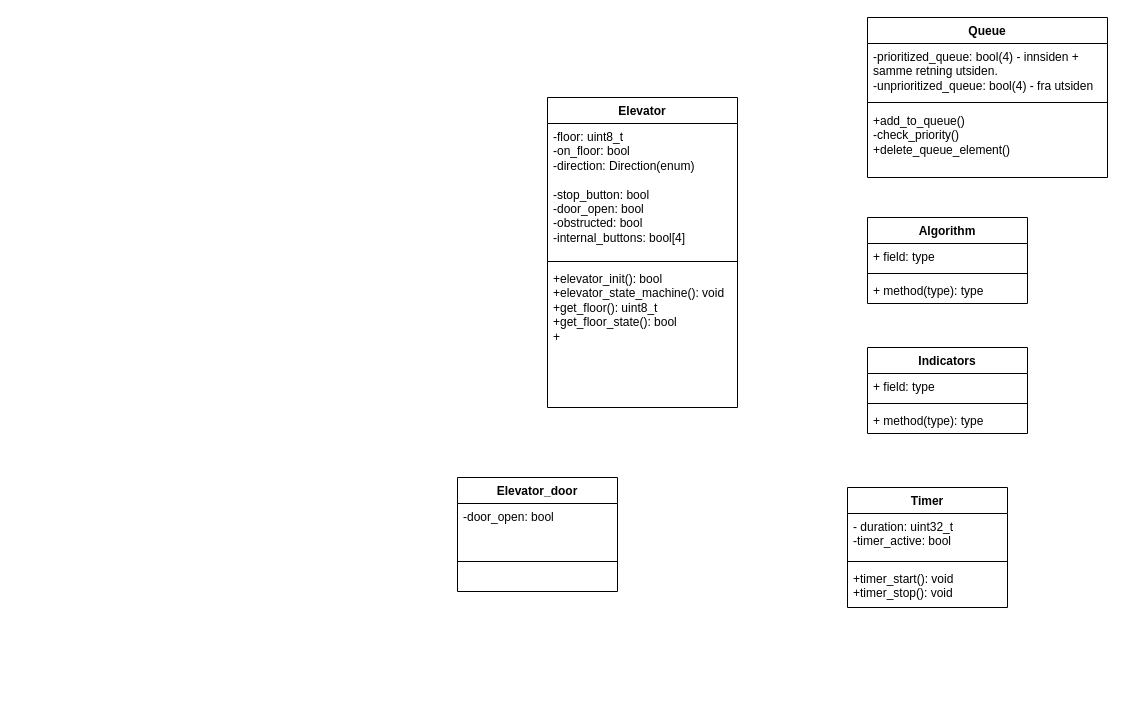
WilliamFosser/TTK_4235_TILPDAT keeps this draw.io diagram as TILPDAT_KLASSEDIAGRAM.drawio. Above is the earlier version. Source tidied: cells renumbered, new cells numbered last; positions are measured from the earlier drawing's top-left corner, leaving out a move shared by most shapes. Both pictures are drawn from the tidied source at 100%, with x=0, y=0 at pixel (457, 17).
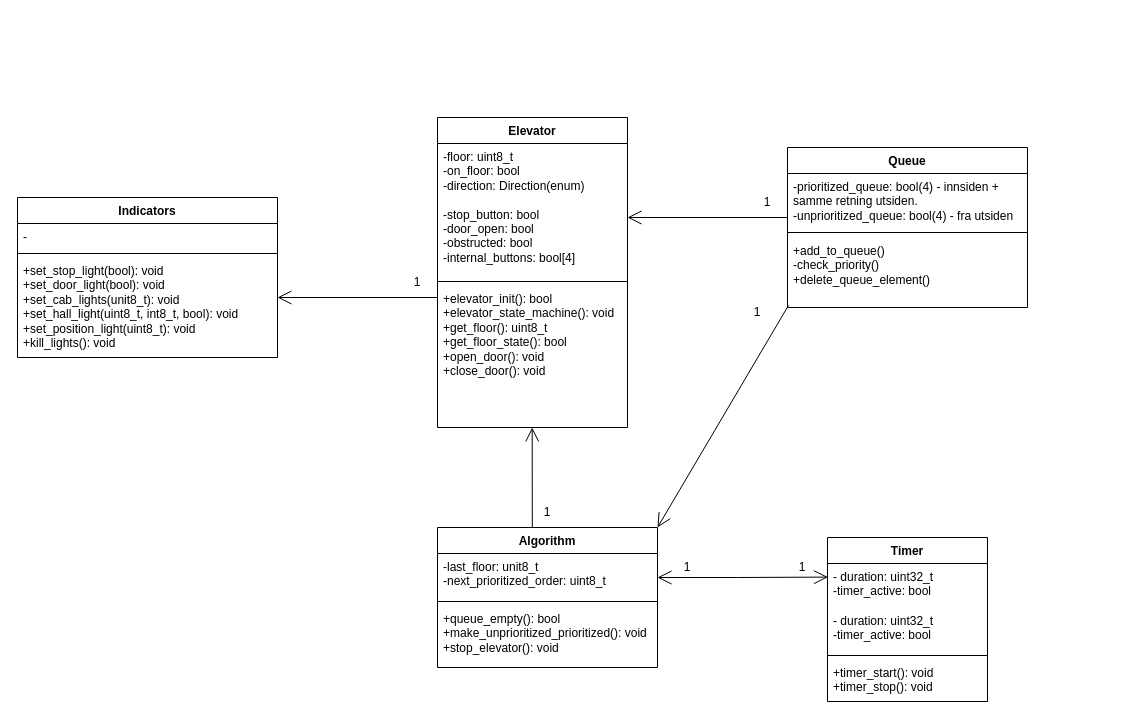
The same page after the edit.

The change refers to these unchanged cells:
```xml
<mxCell id="9" value="&lt;div&gt;+add_to_queue()&lt;/div&gt;&lt;div&gt;-check_priority()&lt;/div&gt;&lt;div&gt;+delete_queue_element()&lt;/div&gt;&lt;div&gt;&lt;br&gt;&lt;/div&gt;&lt;div&gt;&lt;br&gt;&lt;/div&gt;&lt;div&gt;&lt;br&gt;&lt;/div&gt;" style="text;strokeColor=none;fillColor=none;align=left;verticalAlign=top;spacingLeft=4;spacingRight=4;overflow=hidden;points=[[0,0.5],[1,0.5]];portConstraint=eastwest;whiteSpace=wrap;html=1;" parent="6" vertex="1">
  <mxGeometry y="90" width="240" height="70" as="geometry" />
</mxCell>
```

What changed in the source:
```diff
@@
     <mxCell id="2" value="&lt;div&gt;Elevator&lt;/div&gt;&lt;div&gt;&lt;br&gt;&lt;/div&gt;" style="swimlane;fontStyle=1;align=center;verticalAlign=top;horizontal=1;startSize=26;whiteSpace=wrap;html=1;" parent="1" vertex="1">
-      <mxGeometry x="90" y="80" width="190" height="310" as="geometry" />
+      <mxGeometry x="-20" y="100" width="190" height="310" as="geometry" />
     </mxCell>
@@
-    <mxCell id="5" value="&lt;div&gt;+elevator_init(): bool&lt;/div&gt;&lt;div&gt;+elevator_state_machine(): void&lt;/div&gt;&lt;div&gt;+get_floor(): uint8_t&lt;/div&gt;&lt;div&gt;+get_floor_state(): bool&lt;/div&gt;&lt;div&gt;+&lt;/div&gt;&lt;div&gt;&lt;br&gt;&lt;/div&gt;&lt;div&gt;&lt;br&gt;&lt;/div&gt;" style="text;strokeColor=none;fillColor=none;align=left;verticalAlign=top;spacingLeft=4;spacingRight=4;overflow=hidden;whiteSpace=wrap;html=1;" parent="2" vertex="1">
+    <mxCell id="5" value="&lt;div&gt;+elevator_init(): bool&lt;/div&gt;&lt;div&gt;+elevator_state_machine(): void&lt;/div&gt;&lt;div&gt;+get_floor(): uint8_t&lt;/div&gt;&lt;div&gt;+get_floor_state(): bool&lt;/div&gt;&lt;div&gt;+open_door(): void&lt;/div&gt;&lt;div&gt;+close_door(): void&lt;/div&gt;&lt;div&gt;&lt;br&gt;&lt;/div&gt;&lt;div&gt;&lt;br&gt;&lt;/div&gt;" style="text;strokeColor=none;fillColor=none;align=left;verticalAlign=top;spacingLeft=4;spacingRight=4;overflow=hidden;whiteSpace=wrap;html=1;" parent="2" vertex="1">
       <mxGeometry y="168" width="190" height="142" as="geometry" />
     </mxCell>
     <mxCell id="6" value="Queue" style="swimlane;fontStyle=1;align=center;verticalAlign=top;horizontal=1;startSize=26;whiteSpace=wrap;html=1;" parent="1" vertex="1">
-      <mxGeometry x="410" width="240" height="160" as="geometry" />
+      <mxGeometry x="330" y="130" width="240" height="160" as="geometry" />
     </mxCell>
@@
     <mxCell id="10" value="Timer" style="swimlane;fontStyle=1;align=center;verticalAlign=top;horizontal=1;startSize=26;whiteSpace=wrap;html=1;" parent="1" vertex="1">
-      <mxGeometry x="390" y="470" width="160" height="120" as="geometry" />
+      <mxGeometry x="370" y="520" width="160" height="164" as="geometry" />
     </mxCell>
+    <mxCell id="26" value="&lt;div&gt;- duration: uint32_t&lt;/div&gt;-timer_active: bool" style="text;strokeColor=none;fillColor=none;align=left;verticalAlign=top;spacingLeft=4;spacingRight=4;overflow=hidden;points=[[0,0.5],[1,0.5]];portConstraint=eastwest;whiteSpace=wrap;html=1;" parent="10" vertex="1">
+      <mxGeometry y="26" width="160" height="44" as="geometry" />
+    </mxCell>
     <mxCell id="11" value="&lt;div&gt;- duration: uint32_t&lt;/div&gt;-timer_active: bool" style="text;strokeColor=none;fillColor=none;align=left;verticalAlign=top;spacingLeft=4;spacingRight=4;overflow=hidden;whiteSpace=wrap;html=1;" parent="10" vertex="1">
-      <mxGeometry y="26" width="160" height="44" as="geometry" />
+      <mxGeometry y="70" width="160" height="44" as="geometry" />
     </mxCell>
     <mxCell id="12" style="line;strokeWidth=1;fillColor=none;align=left;verticalAlign=middle;spacingTop=-1;spacingLeft=3;spacingRight=3;labelPosition=right;strokeColor=inherit;" parent="10" vertex="1">
-      <mxGeometry y="70" width="160" height="8" as="geometry" />
+      <mxGeometry y="114" width="160" height="8" as="geometry" />
     </mxCell>
     <mxCell id="13" value="&lt;div&gt;+timer_start(): void&lt;/div&gt;&lt;div&gt;+timer_stop(): void&lt;/div&gt;" style="text;strokeColor=none;fillColor=none;align=left;verticalAlign=top;spacingLeft=4;spacingRight=4;overflow=hidden;whiteSpace=wrap;html=1;" parent="10" vertex="1">
-      <mxGeometry y="78" width="160" height="42" as="geometry" />
+      <mxGeometry y="122" width="160" height="42" as="geometry" />
     </mxCell>
     <mxCell id="14" value="Algorithm" style="swimlane;fontStyle=1;align=center;verticalAlign=top;horizontal=1;startSize=26;whiteSpace=wrap;html=1;" parent="1" vertex="1">
-      <mxGeometry x="410" y="200" width="160" height="86" as="geometry" />
+      <mxGeometry x="-20" y="510" width="220" height="140" as="geometry" />
     </mxCell>
-    <mxCell id="15" value="+ field: type" style="text;strokeColor=none;fillColor=none;align=left;verticalAlign=top;spacingLeft=4;spacingRight=4;overflow=hidden;whiteSpace=wrap;html=1;" parent="14" vertex="1">
-      <mxGeometry y="26" width="160" height="26" as="geometry" />
+    <mxCell id="15" value="&lt;div&gt;-last_floor: unit8_t&lt;/div&gt;&lt;div&gt;-next_prioritized_order: uint8_t&lt;/div&gt;&lt;div&gt;&lt;br&gt;&lt;/div&gt;&lt;div&gt;&lt;br&gt;&lt;/div&gt;" style="text;strokeColor=none;fillColor=none;align=left;verticalAlign=top;spacingLeft=4;spacingRight=4;overflow=hidden;whiteSpace=wrap;html=1;" parent="14" vertex="1">
+      <mxGeometry y="26" width="220" height="44" as="geometry" />
     </mxCell>
     <mxCell id="16" style="line;strokeWidth=1;fillColor=none;align=left;verticalAlign=middle;spacingTop=-1;spacingLeft=3;spacingRight=3;labelPosition=right;strokeColor=inherit;" parent="14" vertex="1">
-      <mxGeometry y="52" width="160" height="8" as="geometry" />
+      <mxGeometry y="70" width="220" height="8" as="geometry" />
     </mxCell>
-    <mxCell id="17" value="+ method(type): type" style="text;strokeColor=none;fillColor=none;align=left;verticalAlign=top;spacingLeft=4;spacingRight=4;overflow=hidden;whiteSpace=wrap;html=1;" parent="14" vertex="1">
-      <mxGeometry y="60" width="160" height="26" as="geometry" />
+    <mxCell id="17" value="&lt;div&gt;+queue_empty(): bool&lt;/div&gt;&lt;div&gt;+make_unprioritized_prioritized(): void&lt;/div&gt;&lt;div&gt;+stop_elevator(): void&lt;/div&gt;&lt;div&gt;&lt;br&gt;&lt;/div&gt;" style="text;strokeColor=none;fillColor=none;align=left;verticalAlign=top;spacingLeft=4;spacingRight=4;overflow=hidden;whiteSpace=wrap;html=1;" parent="14" vertex="1">
+      <mxGeometry y="78" width="220" height="62" as="geometry" />
     </mxCell>
     <mxCell id="18" value="Indicators" style="swimlane;fontStyle=1;align=center;verticalAlign=top;horizontal=1;startSize=26;whiteSpace=wrap;html=1;" parent="1" vertex="1">
-      <mxGeometry x="410" y="330" width="160" height="86" as="geometry" />
+      <mxGeometry x="-440" y="180" width="260" height="160" as="geometry" />
     </mxCell>
-    <mxCell id="19" value="+ field: type" style="text;strokeColor=none;fillColor=none;align=left;verticalAlign=top;spacingLeft=4;spacingRight=4;overflow=hidden;whiteSpace=wrap;html=1;" parent="18" vertex="1">
-      <mxGeometry y="26" width="160" height="26" as="geometry" />
+    <mxCell id="19" value="-" style="text;strokeColor=none;fillColor=none;align=left;verticalAlign=top;spacingLeft=4;spacingRight=4;overflow=hidden;whiteSpace=wrap;html=1;" parent="18" vertex="1">
+      <mxGeometry y="26" width="260" height="26" as="geometry" />
     </mxCell>
     <mxCell id="20" style="line;strokeWidth=1;fillColor=none;align=left;verticalAlign=middle;spacingTop=-1;spacingLeft=3;spacingRight=3;labelPosition=right;strokeColor=inherit;" parent="18" vertex="1">
-      <mxGeometry y="52" width="160" height="8" as="geometry" />
+      <mxGeometry y="52" width="260" height="8" as="geometry" />
     </mxCell>
-    <mxCell id="21" value="+ method(type): type" style="text;strokeColor=none;fillColor=none;align=left;verticalAlign=top;spacingLeft=4;spacingRight=4;overflow=hidden;whiteSpace=wrap;html=1;" parent="18" vertex="1">
-      <mxGeometry y="60" width="160" height="26" as="geometry" />
+    <mxCell id="21" value="&lt;div&gt;+set_stop_light(bool): void&lt;/div&gt;&lt;div&gt;+set_door_light(bool): void&lt;/div&gt;&lt;div&gt;+set_cab_lights(unit8_t): void&lt;/div&gt;&lt;div&gt;+set_hall_light(uint8_t, int8_t, bool): void&lt;/div&gt;&lt;div&gt;+set_position_light(uint8_t): void &lt;br&gt;&lt;/div&gt;&lt;div&gt;+kill_lights(): void&lt;/div&gt;&lt;div&gt;&amp;nbsp;&lt;br&gt;&lt;/div&gt;" style="text;strokeColor=none;fillColor=none;align=left;verticalAlign=top;spacingLeft=4;spacingRight=4;overflow=hidden;whiteSpace=wrap;html=1;" parent="18" vertex="1">
+      <mxGeometry y="60" width="260" height="100" as="geometry" />
     </mxCell>
-    <mxCell id="22" value="Elevator_door" style="swimlane;fontStyle=1;align=center;verticalAlign=top;horizontal=1;startSize=26;whiteSpace=wrap;html=1;" parent="1" vertex="1">
-      <mxGeometry y="460" width="160" height="114" as="geometry" />
-    </mxCell>
-    <mxCell id="23" value="&lt;div&gt;-door_open: bool&lt;/div&gt;&lt;div&gt;&lt;br&gt;&lt;/div&gt;" style="text;strokeColor=none;fillColor=none;align=left;verticalAlign=top;spacingLeft=4;spacingRight=4;overflow=hidden;whiteSpace=wrap;html=1;" parent="22" vertex="1">
-      <mxGeometry y="26" width="160" height="54" as="geometry" />
-    </mxCell>
-    <mxCell id="24" style="line;strokeWidth=1;fillColor=none;align=left;verticalAlign=middle;spacingTop=-1;spacingLeft=3;spacingRight=3;labelPosition=right;strokeColor=inherit;" parent="22" vertex="1">
-      <mxGeometry y="80" width="160" height="8" as="geometry" />
-    </mxCell>
-    <mxCell id="25" value="&lt;div&gt;&lt;br&gt;&lt;/div&gt;&lt;div&gt;&lt;br&gt;&lt;/div&gt;" style="text;strokeColor=none;fillColor=none;align=left;verticalAlign=top;spacingLeft=4;spacingRight=4;overflow=hidden;whiteSpace=wrap;html=1;" parent="22" vertex="1">
-      <mxGeometry y="88" width="160" height="26" as="geometry" />
-    </mxCell>
+    <mxCell id="27" style="endArrow=open;endFill=1;endSize=12;html=1;rounded=0;" parent="1" edge="1">
+      <mxGeometry relative="1" as="geometry">
+        <mxPoint x="-20" y="280" as="sourcePoint" />
+        <mxPoint x="-180" y="280" as="targetPoint" />
+      </mxGeometry>
+    </mxCell>
+    <mxCell id="28" style="endArrow=open;endFill=1;endSize=12;html=1;rounded=0;" parent="1" edge="1">
+      <mxGeometry relative="1" as="geometry">
+        <mxPoint x="330" y="200" as="sourcePoint" />
+        <mxPoint x="170" y="200" as="targetPoint" />
+      </mxGeometry>
+    </mxCell>
+    <mxCell id="29" style="endArrow=open;endFill=1;endSize=12;html=1;rounded=0;" parent="1" edge="1">
+      <mxGeometry relative="1" as="geometry">
+        <mxPoint x="280" y="560" as="sourcePoint" />
+        <mxPoint x="200" y="560" as="targetPoint" />
+      </mxGeometry>
+    </mxCell>
+    <mxCell id="30" style="endArrow=open;endFill=1;endSize=12;html=1;rounded=0;entryX=0.003;entryY=0.309;entryDx=0;entryDy=0;entryPerimeter=0;" parent="1" edge="1" target="26">
+      <mxGeometry relative="1" as="geometry">
+        <mxPoint x="280" y="560" as="sourcePoint" />
+      </mxGeometry>
+    </mxCell>
+    <mxCell id="31" style="endArrow=open;endFill=1;endSize=12;html=1;rounded=0;entryX=1;entryY=0;entryDx=0;entryDy=0;exitX=0.004;exitY=0.971;exitDx=0;exitDy=0;exitPerimeter=0;" parent="1" edge="1" source="9" target="14">
+      <mxGeometry relative="1" as="geometry" />
+    </mxCell>
+    <mxCell id="32" style="endArrow=open;endFill=1;endSize=12;html=1;rounded=0;entryX=0.368;entryY=1;entryDx=0;entryDy=0;entryPerimeter=0;" parent="1" edge="1">
+      <mxGeometry relative="1" as="geometry">
+        <mxPoint x="74.8" y="510" as="sourcePoint" />
+        <mxPoint x="74.7" y="410" as="targetPoint" />
+      </mxGeometry>
+    </mxCell>
+    <mxCell id="33" value="1" style="text;html=1;align=center;verticalAlign=middle;whiteSpace=wrap;rounded=0;" parent="1" vertex="1">
+      <mxGeometry x="315" y="535" width="60" height="30" as="geometry" />
+    </mxCell>
+    <mxCell id="34" value="1" style="text;html=1;align=center;verticalAlign=middle;whiteSpace=wrap;rounded=0;" parent="1" vertex="1">
+      <mxGeometry x="200" y="535" width="60" height="30" as="geometry" />
+    </mxCell>
+    <mxCell id="35" value="1" style="text;html=1;align=center;verticalAlign=middle;whiteSpace=wrap;rounded=0;" parent="1" vertex="1">
+      <mxGeometry x="270" y="280" width="60" height="30" as="geometry" />
+    </mxCell>
+    <mxCell id="36" value="1" style="text;html=1;align=center;verticalAlign=middle;whiteSpace=wrap;rounded=0;" parent="1" vertex="1">
+      <mxGeometry x="60" y="480" width="60" height="30" as="geometry" />
+    </mxCell>
+    <mxCell id="37" value="1" style="text;html=1;align=center;verticalAlign=middle;whiteSpace=wrap;rounded=0;" parent="1" vertex="1">
+      <mxGeometry x="-70" y="250" width="60" height="30" as="geometry" />
+    </mxCell>
+    <mxCell id="38" value="1" style="text;html=1;align=center;verticalAlign=middle;whiteSpace=wrap;rounded=0;" parent="1" vertex="1">
+      <mxGeometry x="280" y="170" width="60" height="30" as="geometry" />
+    </mxCell>
```
